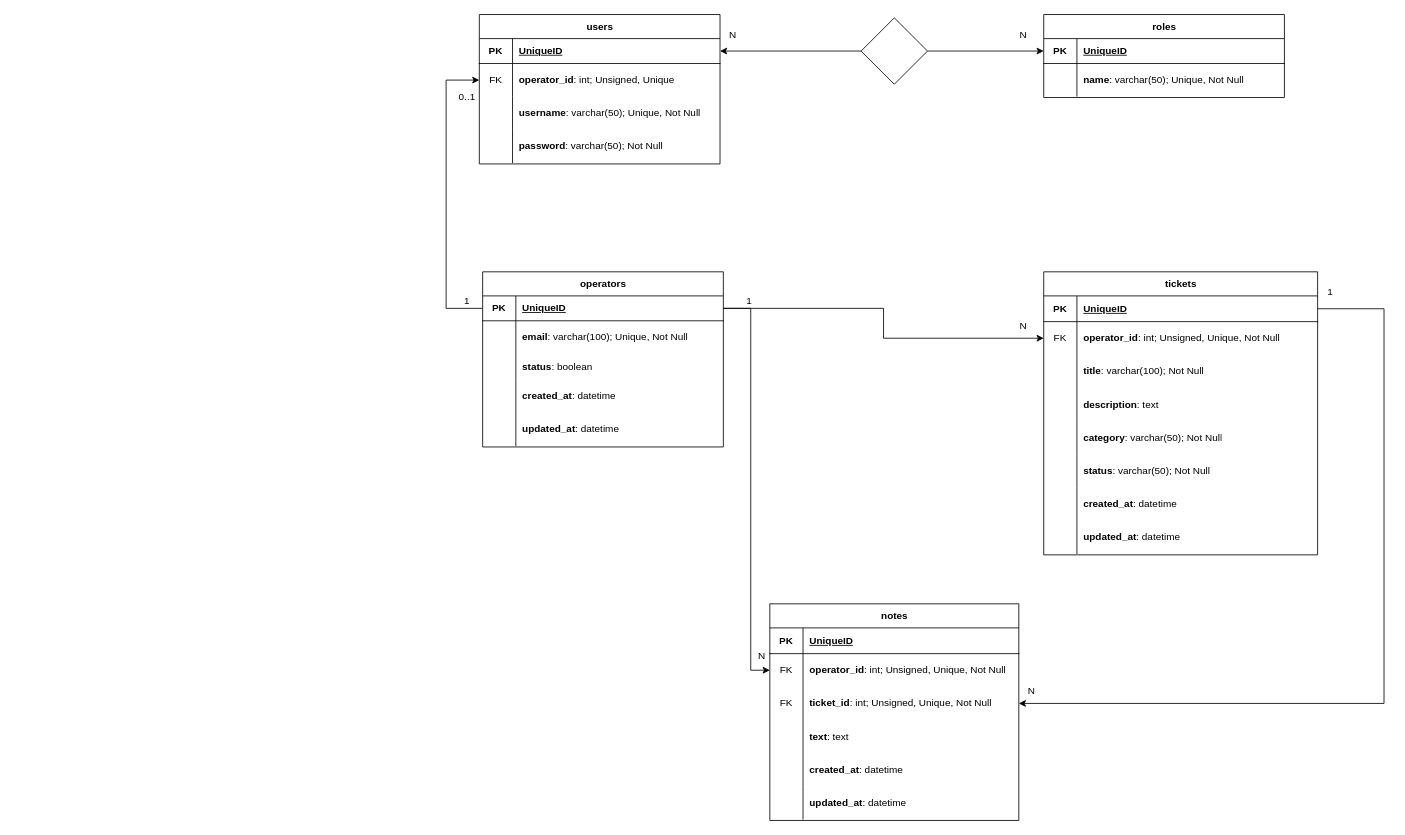
giogiosgr/ticket-platform keeps this draw.io diagram as ticket-platform.drawio. Above is the earlier version. Source tidied: cells renumbered, new cells numbered last; positions are measured from the earlier drawing's top-left corner, leaving out a move shared by most shapes. Both pictures are drawn from the tidied source at 83%, with x=0, y=0 at pixel (446, 14).
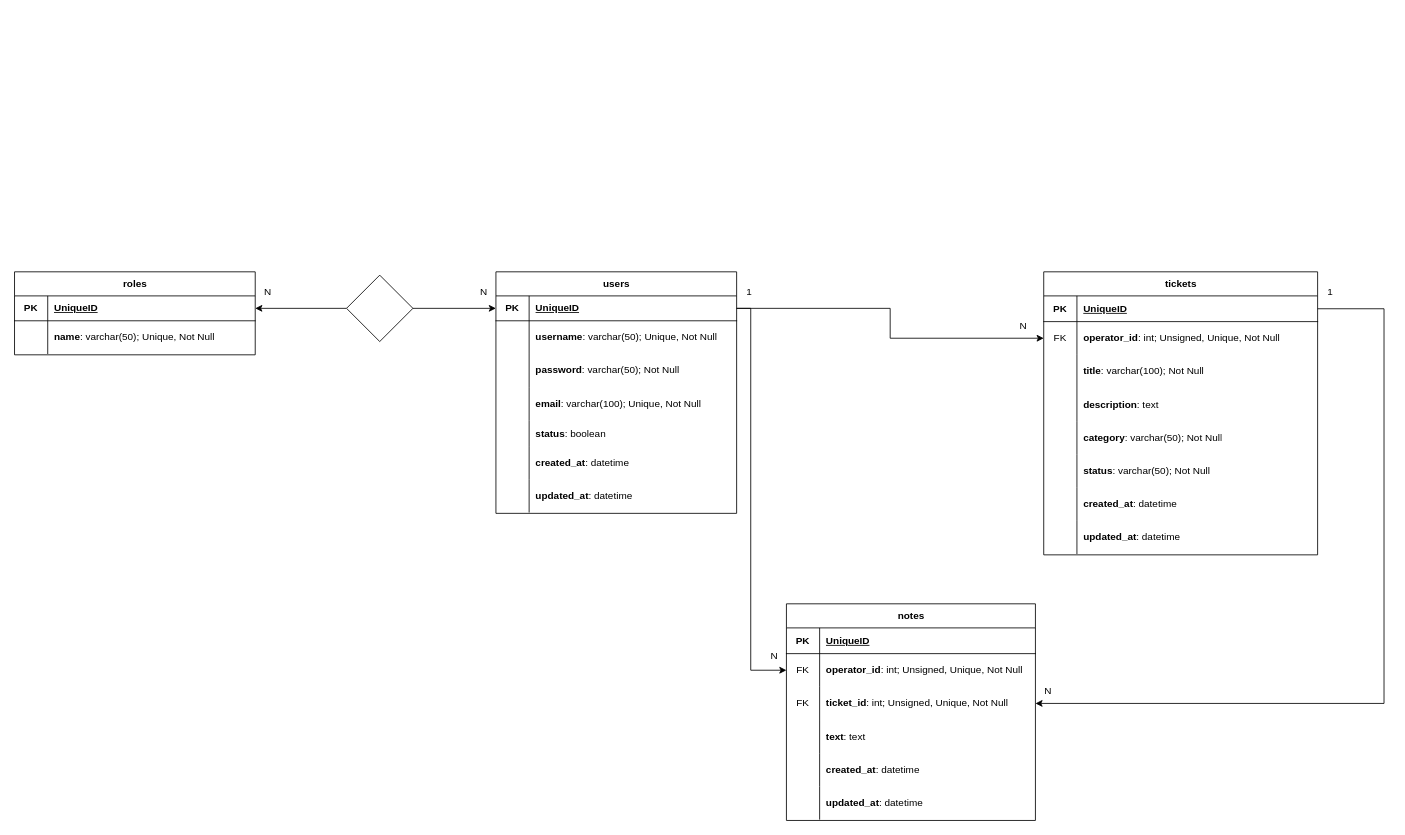
The same diagram, later.

Unchanged cells that the change refers to:
```xml
<mxCell id="3" style="shape=tableRow;horizontal=0;startSize=0;swimlaneHead=0;swimlaneBody=0;fillColor=none;points=[[0,0.5],[1,0.5]];portConstraint=eastwest;top=0;left=0;right=0;bottom=1;" parent="2" vertex="1">
  <mxGeometry y="29" width="290" height="30" as="geometry" />
</mxCell>
<mxCell id="6" style="shape=tableRow;horizontal=0;startSize=0;swimlaneHead=0;swimlaneBody=0;fillColor=none;top=0;left=0;right=0;bottom=0;" parent="2" vertex="1">
  <mxGeometry y="59" width="290" height="40" as="geometry" />
</mxCell>
<mxCell id="83" style="shape=tableRow;horizontal=0;startSize=0;swimlaneHead=0;swimlaneBody=0;fillColor=none;points=[[0,0.5],[1,0.5]];portConstraint=eastwest;top=0;left=0;right=0;bottom=1;" parent="82" vertex="1">
  <mxGeometry y="29" width="290" height="30" as="geometry" />
</mxCell>
```

Diff of the diagram source:
```diff
@@
-    <mxCell id="2" value="operators" style="shape=table;startSize=29;childLayout=tableLayout;rowLines=0;fontStyle=1;align=center;html=1;" parent="1" vertex="1">
-      <mxGeometry x="44" y="310" width="290" height="211" as="geometry" />
+    <mxCell id="2" value="users" style="shape=table;startSize=29;childLayout=tableLayout;rowLines=0;fontStyle=1;align=center;html=1;" parent="1" vertex="1">
+      <mxGeometry x="60" y="310" width="290" height="291" as="geometry" />
     </mxCell>
@@
-    <mxCell id="8" value="&lt;b&gt;email&lt;/b&gt;: varchar(100); Unique, Not Null&amp;nbsp; &amp;nbsp;" style="shape=partialRectangle;fillColor=none;top=0;left=0;bottom=0;right=0;align=left;spacingLeft=6;overflow=hidden;whiteSpace=wrap;html=1;" parent="6" vertex="1">
+    <mxCell id="8" value="&lt;b&gt;username&lt;/b&gt;: varchar(50); Unique, Not Null" style="shape=partialRectangle;fillColor=none;top=0;left=0;bottom=0;right=0;align=left;spacingLeft=6;overflow=hidden;whiteSpace=wrap;html=1;" parent="6" vertex="1">
       <mxGeometry x="40" width="250" height="40" as="geometry" />
     </mxCell>
+    <mxCell id="76" style="shape=tableRow;horizontal=0;startSize=0;swimlaneHead=0;swimlaneBody=0;fillColor=none;top=0;left=0;right=0;bottom=0;" parent="2" vertex="1">
+      <mxGeometry y="99" width="290" height="40" as="geometry" />
+    </mxCell>
+    <mxCell id="98" style="shape=partialRectangle;fillColor=none;top=0;left=0;bottom=0;right=0;overflow=hidden;whiteSpace=wrap;html=1;" parent="76" vertex="1">
+      <mxGeometry width="40" height="40" as="geometry" />
+    </mxCell>
+    <mxCell id="81" value="&lt;b&gt;password&lt;/b&gt;: varchar(50); Not Null&amp;nbsp; &amp;nbsp;" style="shape=partialRectangle;fillColor=none;top=0;left=0;bottom=0;right=0;align=left;spacingLeft=6;overflow=hidden;whiteSpace=wrap;html=1;" parent="76" vertex="1">
+      <mxGeometry x="40" width="250" height="40" as="geometry" />
+    </mxCell>
+    <mxCell id="79" style="shape=tableRow;horizontal=0;startSize=0;swimlaneHead=0;swimlaneBody=0;fillColor=none;top=0;left=0;right=0;bottom=0;" parent="2" vertex="1">
+      <mxGeometry y="139" width="290" height="40" as="geometry" />
+    </mxCell>
+    <mxCell id="99" style="shape=partialRectangle;fillColor=none;top=0;left=0;bottom=0;right=0;overflow=hidden;whiteSpace=wrap;html=1;" parent="79" vertex="1">
+      <mxGeometry width="40" height="40" as="geometry" />
+    </mxCell>
+    <mxCell id="100" value="&lt;b&gt;email&lt;/b&gt;: varchar(100); Unique, Not Null&amp;nbsp; &amp;nbsp;" style="shape=partialRectangle;fillColor=none;top=0;left=0;bottom=0;right=0;align=left;spacingLeft=6;overflow=hidden;whiteSpace=wrap;html=1;" parent="79" vertex="1">
+      <mxGeometry x="40" width="250" height="40" as="geometry" />
+    </mxCell>
     <mxCell id="9" style="shape=tableRow;horizontal=0;startSize=0;swimlaneHead=0;swimlaneBody=0;fillColor=none;top=0;left=0;right=0;bottom=0;" parent="2" vertex="1">
-      <mxGeometry y="99" width="290" height="31" as="geometry" />
+      <mxGeometry y="179" width="290" height="31" as="geometry" />
     </mxCell>
@@
     <mxCell id="12" style="shape=tableRow;horizontal=0;startSize=0;swimlaneHead=0;swimlaneBody=0;fillColor=none;top=0;left=0;right=0;bottom=0;" parent="2" vertex="1">
-      <mxGeometry y="130" width="290" height="40" as="geometry" />
+      <mxGeometry y="210" width="290" height="40" as="geometry" />
     </mxCell>
@@
     <mxCell id="15" style="shape=tableRow;horizontal=0;startSize=0;swimlaneHead=0;swimlaneBody=0;fillColor=none;top=0;left=0;right=0;bottom=0;" parent="2" vertex="1">
-      <mxGeometry y="170" width="290" height="40" as="geometry" />
+      <mxGeometry y="250" width="290" height="40" as="geometry" />
     </mxCell>
@@
     <mxCell id="44" value="1" style="text;html=1;align=center;verticalAlign=middle;strokeColor=none;fillColor=none;" parent="1" vertex="1">
-      <mxGeometry x="350" y="330" width="30" height="30" as="geometry" />
+      <mxGeometry x="350" y="320" width="30" height="30" as="geometry" />
     </mxCell>
@@
     <mxCell id="46" value="notes" style="shape=table;startSize=29;childLayout=tableLayout;rowLines=0;fontStyle=1;align=center;html=1;" parent="1" vertex="1">
-      <mxGeometry x="390" y="710" width="300" height="261" as="geometry" />
+      <mxGeometry x="410" y="710" width="300" height="261" as="geometry" />
     </mxCell>
@@
     <mxCell id="66" value="N" style="text;html=1;align=center;verticalAlign=middle;strokeColor=none;fillColor=none;" parent="1" vertex="1">
-      <mxGeometry x="365" y="758" width="30" height="30" as="geometry" />
+      <mxGeometry x="380" y="758" width="30" height="30" as="geometry" />
     </mxCell>
@@
     <mxCell id="68" value="N" style="text;html=1;align=center;verticalAlign=middle;strokeColor=none;fillColor=none;" parent="1" vertex="1">
-      <mxGeometry x="690" y="800" width="30" height="30" as="geometry" />
+      <mxGeometry x="710" y="800" width="30" height="30" as="geometry" />
     </mxCell>
-    <mxCell id="69" value="users" style="shape=table;startSize=29;childLayout=tableLayout;rowLines=0;fontStyle=1;align=center;html=1;" parent="1" vertex="1">
-      <mxGeometry x="40" width="290" height="180" as="geometry" />
-    </mxCell>
-    <mxCell id="70" style="shape=tableRow;horizontal=0;startSize=0;swimlaneHead=0;swimlaneBody=0;fillColor=none;points=[[0,0.5],[1,0.5]];portConstraint=eastwest;top=0;left=0;right=0;bottom=1;" parent="69" vertex="1">
-      <mxGeometry y="29" width="290" height="30" as="geometry" />
-    </mxCell>
-    <mxCell id="71" value="PK" style="shape=partialRectangle;fillColor=none;top=0;left=0;bottom=0;right=0;fontStyle=1;overflow=hidden;whiteSpace=wrap;html=1;" parent="70" vertex="1">
-      <mxGeometry width="40" height="30" as="geometry" />
-    </mxCell>
-    <mxCell id="72" value="UniqueID" style="shape=partialRectangle;fillColor=none;top=0;left=0;bottom=0;right=0;align=left;spacingLeft=6;fontStyle=5;overflow=hidden;whiteSpace=wrap;html=1;" parent="70" vertex="1">
-      <mxGeometry x="40" width="250" height="30" as="geometry" />
-    </mxCell>
-    <mxCell id="73" style="shape=tableRow;horizontal=0;startSize=0;swimlaneHead=0;swimlaneBody=0;fillColor=none;points=[[0,0.5],[1,0.5]];portConstraint=eastwest;top=0;left=0;right=0;bottom=0;" parent="69" vertex="1">
-      <mxGeometry y="59" width="290" height="40" as="geometry" />
-    </mxCell>
-    <mxCell id="74" value="FK" style="shape=partialRectangle;fillColor=none;top=0;left=0;bottom=0;right=0;overflow=hidden;whiteSpace=wrap;html=1;" parent="73" vertex="1">
-      <mxGeometry width="40" height="40" as="geometry" />
-    </mxCell>
-    <mxCell id="75" value="&lt;b&gt;operator_id&lt;/b&gt;: int; Unsigned, Unique" style="shape=partialRectangle;fillColor=none;top=0;left=0;bottom=0;right=0;align=left;spacingLeft=6;overflow=hidden;whiteSpace=wrap;html=1;" parent="73" vertex="1">
-      <mxGeometry x="40" width="250" height="40" as="geometry" />
-    </mxCell>
-    <mxCell id="76" style="shape=tableRow;horizontal=0;startSize=0;swimlaneHead=0;swimlaneBody=0;fillColor=none;top=0;left=0;right=0;bottom=0;" parent="69" vertex="1">
-      <mxGeometry y="99" width="290" height="40" as="geometry" />
-    </mxCell>
-    <mxCell id="77" style="shape=partialRectangle;fillColor=none;top=0;left=0;bottom=0;right=0;overflow=hidden;whiteSpace=wrap;html=1;" parent="76" vertex="1">
-      <mxGeometry width="40" height="40" as="geometry" />
-    </mxCell>
-    <mxCell id="78" value="&lt;b&gt;username&lt;/b&gt;: varchar(50); Unique, Not Null" style="shape=partialRectangle;fillColor=none;top=0;left=0;bottom=0;right=0;align=left;spacingLeft=6;overflow=hidden;whiteSpace=wrap;html=1;" parent="76" vertex="1">
-      <mxGeometry x="40" width="250" height="40" as="geometry" />
-    </mxCell>
-    <mxCell id="79" style="shape=tableRow;horizontal=0;startSize=0;swimlaneHead=0;swimlaneBody=0;fillColor=none;top=0;left=0;right=0;bottom=0;" parent="69" vertex="1">
-      <mxGeometry y="139" width="290" height="40" as="geometry" />
-    </mxCell>
-    <mxCell id="80" style="shape=partialRectangle;fillColor=none;top=0;left=0;bottom=0;right=0;overflow=hidden;whiteSpace=wrap;html=1;" parent="79" vertex="1">
-      <mxGeometry width="40" height="40" as="geometry" />
-    </mxCell>
-    <mxCell id="81" value="&lt;b&gt;password&lt;/b&gt;: varchar(50); Not Null&amp;nbsp; &amp;nbsp;" style="shape=partialRectangle;fillColor=none;top=0;left=0;bottom=0;right=0;align=left;spacingLeft=6;overflow=hidden;whiteSpace=wrap;html=1;" parent="79" vertex="1">
-      <mxGeometry x="40" width="250" height="40" as="geometry" />
-    </mxCell>
     <mxCell id="82" value="roles" style="shape=table;startSize=29;childLayout=tableLayout;rowLines=0;fontStyle=1;align=center;html=1;" parent="1" vertex="1">
-      <mxGeometry x="720" width="290" height="100" as="geometry" />
+      <mxGeometry x="-520" y="310" width="290" height="100" as="geometry" />
     </mxCell>
@@
-    <mxCell id="89" style="edgeStyle=orthogonalEdgeStyle;rounded=0;jettySize=auto;html=1;entryX=1;entryY=0.5;entryDx=0;entryDy=0;" parent="1" edge="1" source="91" target="70">
-      <mxGeometry relative="1" as="geometry" />
-    </mxCell>
-    <mxCell id="90" style="edgeStyle=orthogonalEdgeStyle;rounded=0;jettySize=auto;html=1;entryX=0;entryY=0.5;entryDx=0;entryDy=0;" parent="1" edge="1" source="91" target="83">
-      <mxGeometry relative="1" as="geometry" />
-    </mxCell>
-    <mxCell id="91" style="rhombus;whiteSpace=wrap;html=1;" parent="1" vertex="1">
-      <mxGeometry x="500" y="4" width="80" height="80" as="geometry" />
-    </mxCell>
-    <mxCell id="92" value="N" style="text;html=1;align=center;verticalAlign=middle;strokeColor=none;fillColor=none;" parent="1" vertex="1">
-      <mxGeometry x="330" y="10" width="30" height="30" as="geometry" />
-    </mxCell>
-    <mxCell id="93" value="N" style="text;html=1;align=center;verticalAlign=middle;strokeColor=none;fillColor=none;" parent="1" vertex="1">
-      <mxGeometry x="680" y="10" width="30" height="30" as="geometry" />
-    </mxCell>
-    <mxCell id="94" value="1" style="text;html=1;align=center;verticalAlign=middle;strokeColor=none;fillColor=none;" parent="1" vertex="1">
-      <mxGeometry x="10" y="330" width="30" height="30" as="geometry" />
-    </mxCell>
-    <mxCell id="95" style="edgeStyle=orthogonalEdgeStyle;rounded=0;jettySize=auto;html=1;entryX=0;entryY=0.5;entryDx=0;entryDy=0;exitX=0;exitY=0.5;exitDx=0;exitDy=0;" parent="1" edge="1" source="3" target="73">
-      <mxGeometry relative="1" as="geometry">
-        <Array as="points">
-          <mxPoint y="354" />
-          <mxPoint y="79" />
-        </Array>
-      </mxGeometry>
-    </mxCell>
-    <mxCell id="96" value="0..1" style="text;html=1;align=center;verticalAlign=middle;strokeColor=none;fillColor=none;" parent="1" vertex="1">
-      <mxGeometry x="5" y="84" width="40" height="30" as="geometry" />
-    </mxCell>
@@
+    <mxCell id="101" value="N" style="text;html=1;align=center;verticalAlign=middle;strokeColor=none;fillColor=none;" parent="1" vertex="1">
+      <mxGeometry x="30" y="320" width="30" height="30" as="geometry" />
+    </mxCell>
+    <mxCell id="102" style="edgeStyle=orthogonalEdgeStyle;rounded=0;jettySize=auto;html=1;entryX=0;entryY=0.5;entryDx=0;entryDy=0;" parent="1" edge="1" source="104" target="3">
+      <mxGeometry relative="1" as="geometry" />
+    </mxCell>
+    <mxCell id="103" style="edgeStyle=orthogonalEdgeStyle;rounded=0;jettySize=auto;html=1;entryX=1;entryY=0.5;entryDx=0;entryDy=0;" parent="1" edge="1" source="104" target="83">
+      <mxGeometry relative="1" as="geometry" />
+    </mxCell>
+    <mxCell id="104" style="rhombus;whiteSpace=wrap;html=1;" parent="1" vertex="1">
+      <mxGeometry x="-120" y="314" width="80" height="80" as="geometry" />
+    </mxCell>
+    <mxCell id="105" value="N" style="text;html=1;align=center;verticalAlign=middle;strokeColor=none;fillColor=none;" parent="1" vertex="1">
+      <mxGeometry x="-230" y="320" width="30" height="30" as="geometry" />
+    </mxCell>
```
